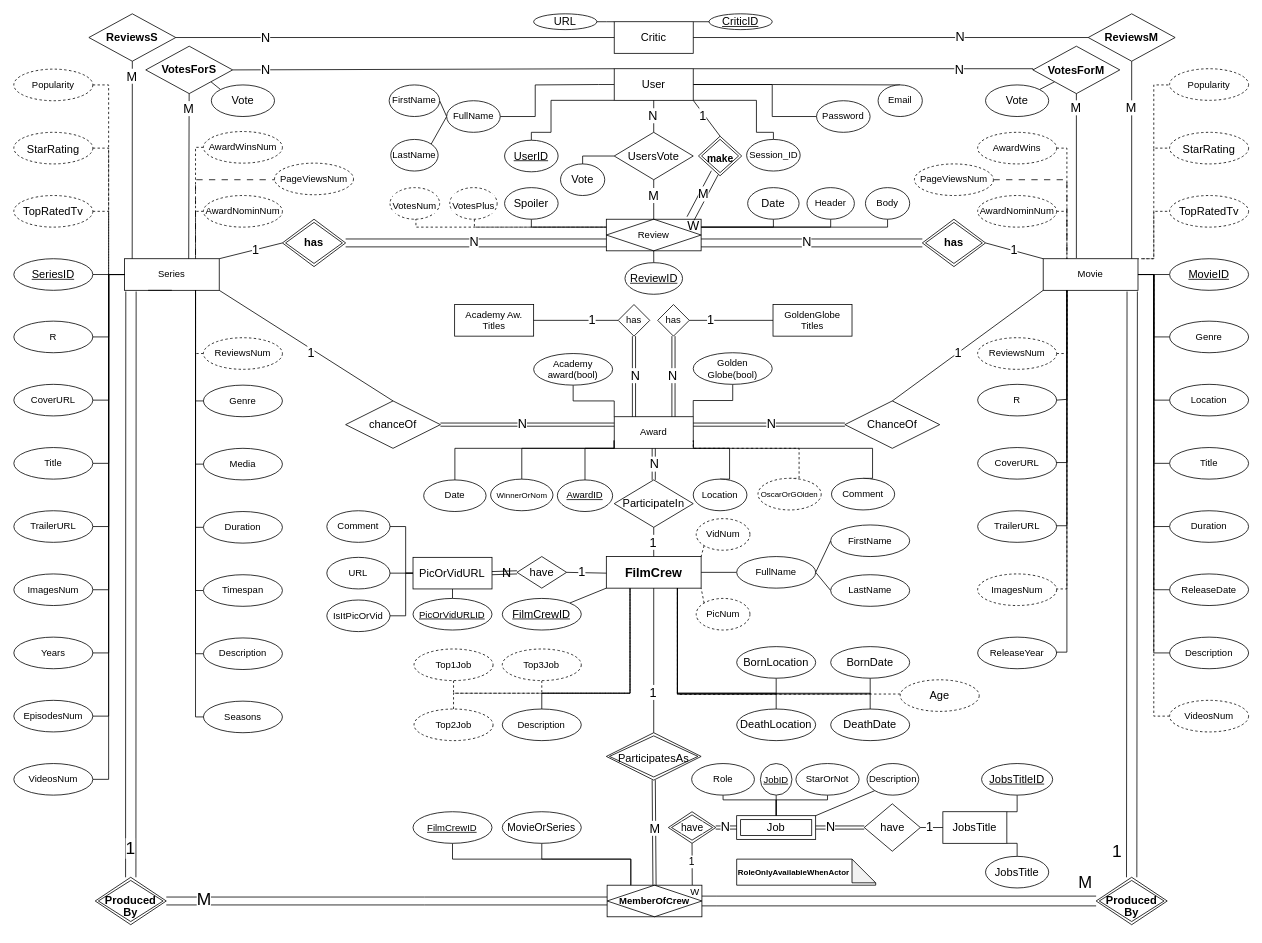
Before: nvmOne.drawio in Balasis/Yada_Yada, a draw.io diagram. Source tidied: cells renumbered, new cells numbered last; positions are measured from the earlier drawing's top-left corner, leaving out a move shared by most shapes. Both pictures are drawn from the tidied source at 79%, with x=0, y=0 at pixel (13, 13).
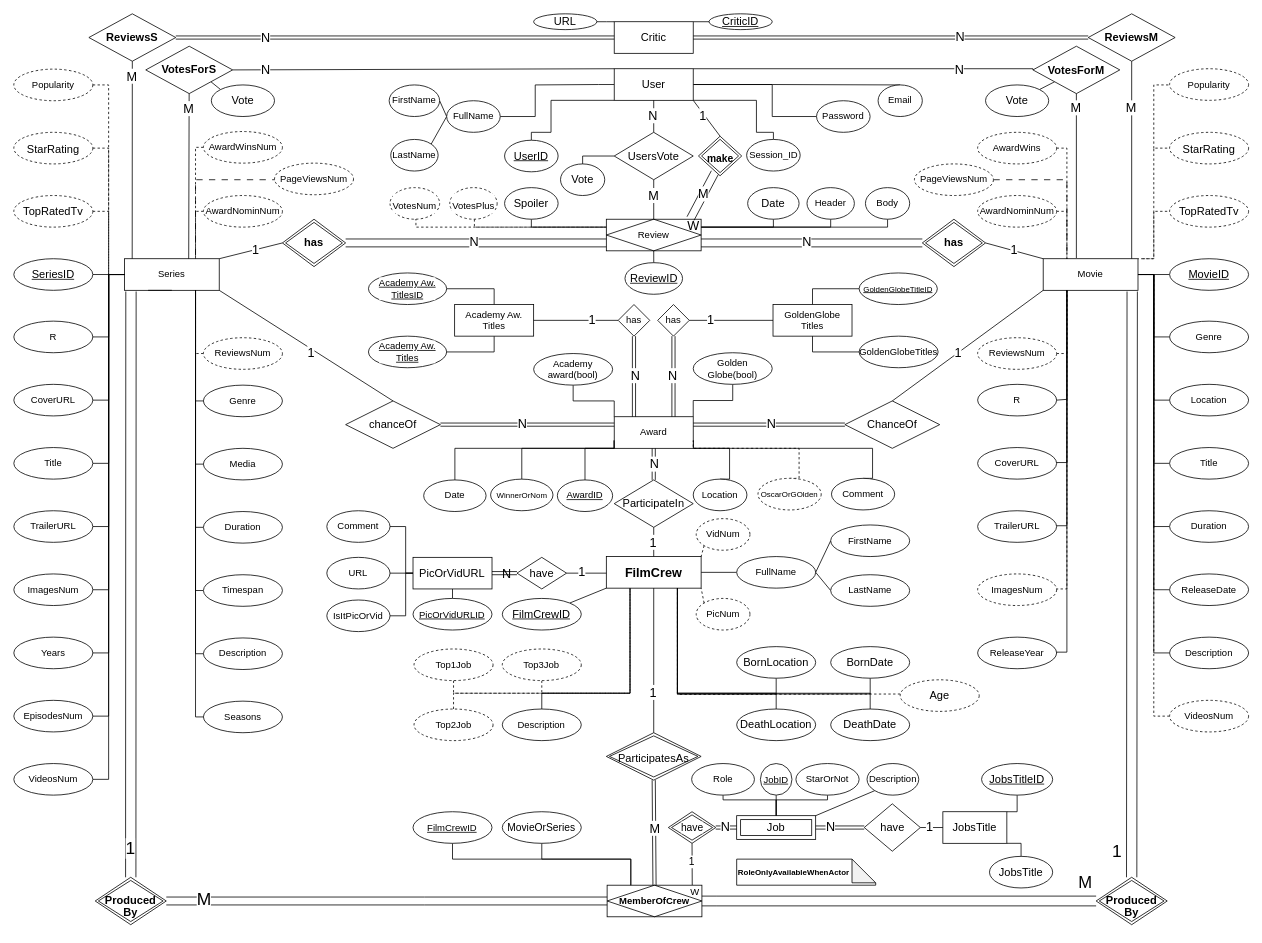
The same page after the edit.

Unchanged cells that the change refers to:
```xml
<mxCell id="178" value="Critic" style="whiteSpace=wrap;html=1;align=center;fontSize=14;rounded=0;" parent="1" vertex="1">
  <mxGeometry x="760" y="10" width="100" height="40" as="geometry" />
</mxCell>
<mxCell id="269" value="GoldenGlobe&lt;br&gt;Titles" style="whiteSpace=wrap;html=1;align=center;" parent="1" vertex="1">
  <mxGeometry x="961" y="368" width="100" height="40" as="geometry" />
</mxCell>
<mxCell id="270" value="Academy Aw.&lt;br&gt;Titles" style="whiteSpace=wrap;html=1;align=center;" parent="1" vertex="1">
  <mxGeometry x="558" y="368" width="100" height="40" as="geometry" />
</mxCell>
<mxCell id="297" value="&lt;b&gt;ReviewsM&lt;/b&gt;" style="shape=rhombus;perimeter=rhombusPerimeter;whiteSpace=wrap;html=1;align=center;fontFamily=Helvetica;fontSize=14;fontColor=default;strokeColor=default;fillColor=default;" parent="1" vertex="1">
  <mxGeometry x="1360" width="110" height="60" as="geometry" />
</mxCell>
<mxCell id="298" value="&lt;b&gt;ReviewsS&lt;/b&gt;" style="shape=rhombus;perimeter=rhombusPerimeter;whiteSpace=wrap;html=1;align=center;fontFamily=Helvetica;fontSize=14;fontColor=default;strokeColor=default;fillColor=default;" parent="1" vertex="1">
  <mxGeometry x="95" width="110" height="60" as="geometry" />
</mxCell>
```

What changed in the source:
```diff
@@
     <mxCell id="128" value="JobsTitle" style="ellipse;whiteSpace=wrap;html=1;align=center;fontSize=14;" parent="1" vertex="1">
-      <mxGeometry x="1230" y="1066.5" width="80" height="40" as="geometry" />
+      <mxGeometry x="1235" y="1066.5" width="80" height="40" as="geometry" />
     </mxCell>
@@
     <mxCell id="220" value="have" style="shape=rhombus;perimeter=rhombusPerimeter;whiteSpace=wrap;html=1;align=center;labelBackgroundColor=default;fontSize=14;" parent="1" vertex="1">
-      <mxGeometry x="636.9" y="687" width="62.8" height="40" as="geometry" />
+      <mxGeometry x="636.9" y="688" width="62.8" height="40" as="geometry" />
     </mxCell>
@@
+    <mxCell id="308" style="edgeStyle=orthogonalEdgeStyle;rounded=0;jettySize=auto;html=1;exitX=0.5;exitY=0;exitDx=0;exitDy=0;entryX=0;entryY=0.5;entryDx=0;entryDy=0;endArrow=none;endFill=0;" parent="1" edge="1" source="269" target="311">
+      <mxGeometry relative="1" as="geometry" />
+    </mxCell>
@@
+    <mxCell id="309" style="edgeStyle=orthogonalEdgeStyle;rounded=0;jettySize=auto;html=1;exitX=0.5;exitY=0;exitDx=0;exitDy=0;entryX=1;entryY=0.5;entryDx=0;entryDy=0;endArrow=none;endFill=0;" parent="1" edge="1" source="270" target="314">
+      <mxGeometry relative="1" as="geometry" />
+    </mxCell>
+    <mxCell id="310" style="edgeStyle=orthogonalEdgeStyle;rounded=0;jettySize=auto;html=1;exitX=0.5;exitY=1;exitDx=0;exitDy=0;entryX=1;entryY=0.5;entryDx=0;entryDy=0;endArrow=none;endFill=0;" parent="1" edge="1" source="270" target="315">
+      <mxGeometry relative="1" as="geometry" />
+    </mxCell>
@@
-    <mxCell id="301" style="endArrow=none;html=1;rounded=0;fontSize=13;entryX=0;entryY=0.5;entryDx=0;entryDy=0;exitX=1;exitY=0.5;exitDx=0;exitDy=0;" parent="1" edge="1" source="298" target="178">
+    <mxCell id="301" style="shape=link;html=1;rounded=0;fontFamily=Helvetica;fontSize=13;fontColor=default;align=center;strokeColor=default;" parent="1" edge="1" source="298" target="178">
       <mxGeometry relative="1" as="geometry" />
     </mxCell>
@@
-    <mxCell id="303" style="endArrow=none;html=1;rounded=0;fontSize=13;entryX=0;entryY=0.5;entryDx=0;entryDy=0;exitX=1;exitY=0.5;exitDx=0;exitDy=0;" parent="1" edge="1" source="178" target="297">
+    <mxCell id="303" style="shape=link;html=1;rounded=0;fontFamily=Helvetica;fontSize=13;fontColor=default;align=center;strokeColor=default;" parent="1" edge="1" source="178" target="297">
       <mxGeometry relative="1" as="geometry" />
     </mxCell>
@@
+    <mxCell id="311" value="&lt;font style=&quot;font-size: 10px;&quot;&gt;GoldenGlobeTitleID&lt;/font&gt;" style="ellipse;whiteSpace=wrap;html=1;align=center;fontStyle=4;labelBackgroundColor=default;" parent="1" vertex="1">
+      <mxGeometry x="1070" y="328" width="99" height="40" as="geometry" />
+    </mxCell>
+    <mxCell id="312" style="edgeStyle=orthogonalEdgeStyle;rounded=0;jettySize=auto;html=1;exitX=0;exitY=0.5;exitDx=0;exitDy=0;entryX=0.5;entryY=1;entryDx=0;entryDy=0;endArrow=none;endFill=0;" parent="1" edge="1" source="313" target="269">
+      <mxGeometry relative="1" as="geometry" />
+    </mxCell>
+    <mxCell id="313" value="GoldenGlobeTitles" style="ellipse;whiteSpace=wrap;html=1;align=center;" parent="1" vertex="1">
+      <mxGeometry x="1070" y="408" width="100" height="40" as="geometry" />
+    </mxCell>
+    <mxCell id="314" value="Academy Aw.&lt;br style=&quot;border-color: var(--border-color); background-color: rgb(251, 251, 251);&quot;&gt;&lt;span style=&quot;background-color: rgb(251, 251, 251);&quot;&gt;TitlesID&lt;/span&gt;" style="ellipse;whiteSpace=wrap;html=1;align=center;fontStyle=4;labelBackgroundColor=default;" parent="1" vertex="1">
+      <mxGeometry x="448.9" y="328" width="99" height="40" as="geometry" />
+    </mxCell>
+    <mxCell id="315" value="Academy Aw.&lt;br style=&quot;border-color: var(--border-color); background-color: rgb(251, 251, 251);&quot;&gt;&lt;span style=&quot;background-color: rgb(251, 251, 251);&quot;&gt;Titles&lt;/span&gt;" style="ellipse;whiteSpace=wrap;html=1;align=center;fontStyle=4;labelBackgroundColor=default;" parent="1" vertex="1">
+      <mxGeometry x="448.9" y="408" width="99" height="40" as="geometry" />
+    </mxCell>
```
